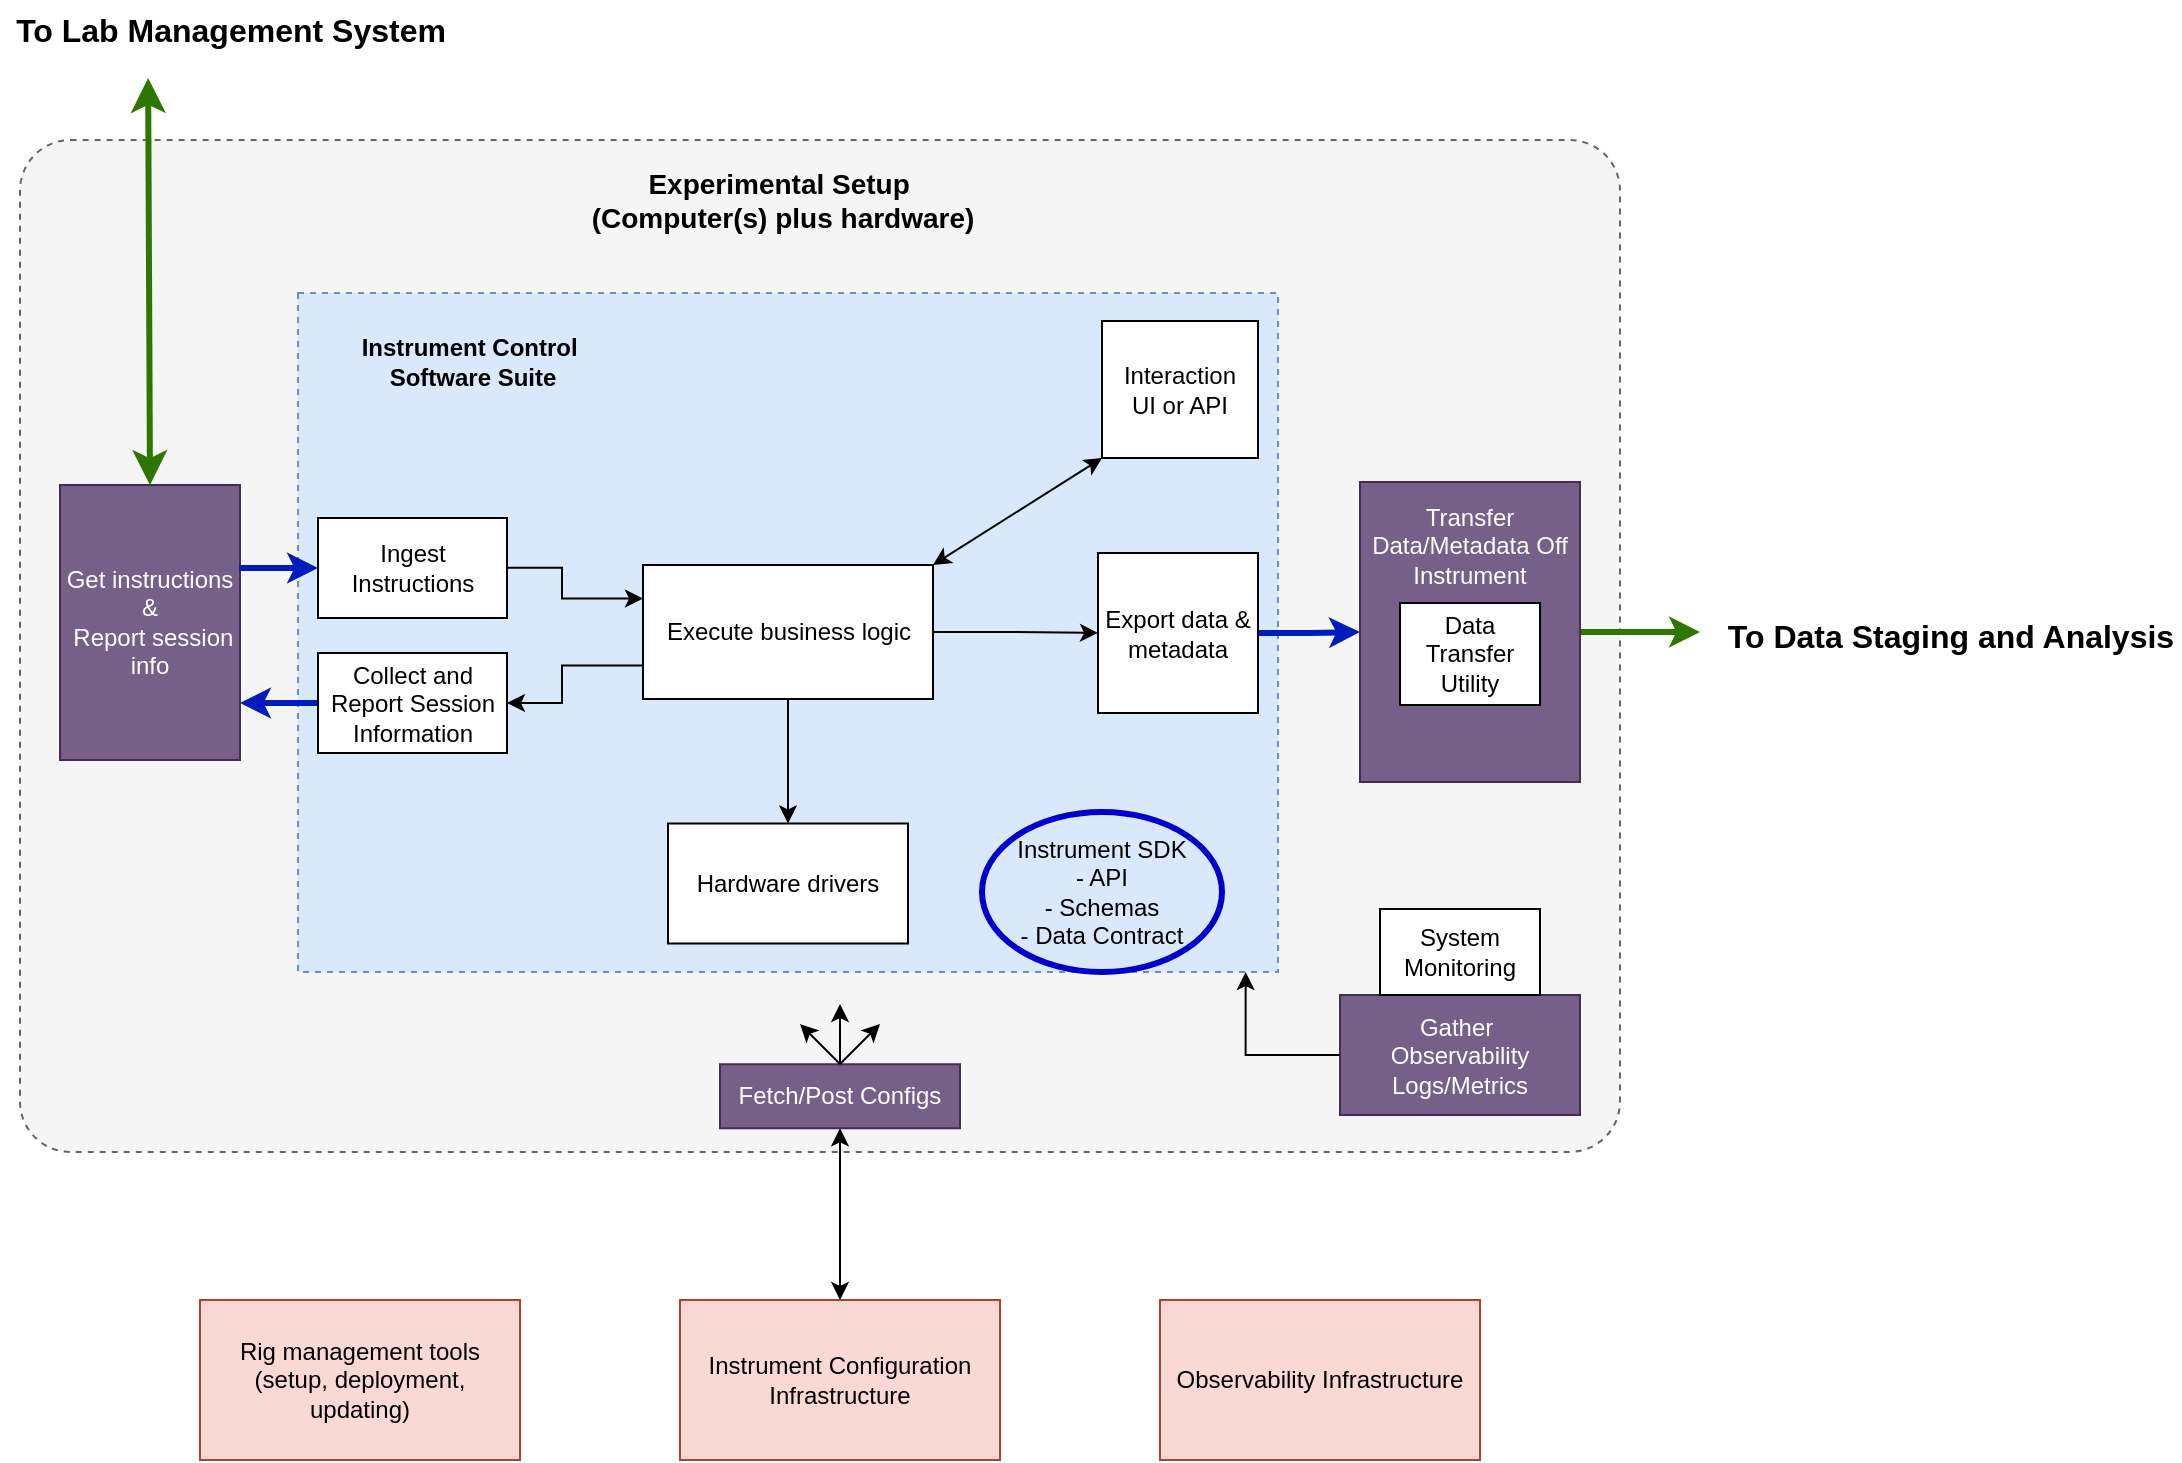
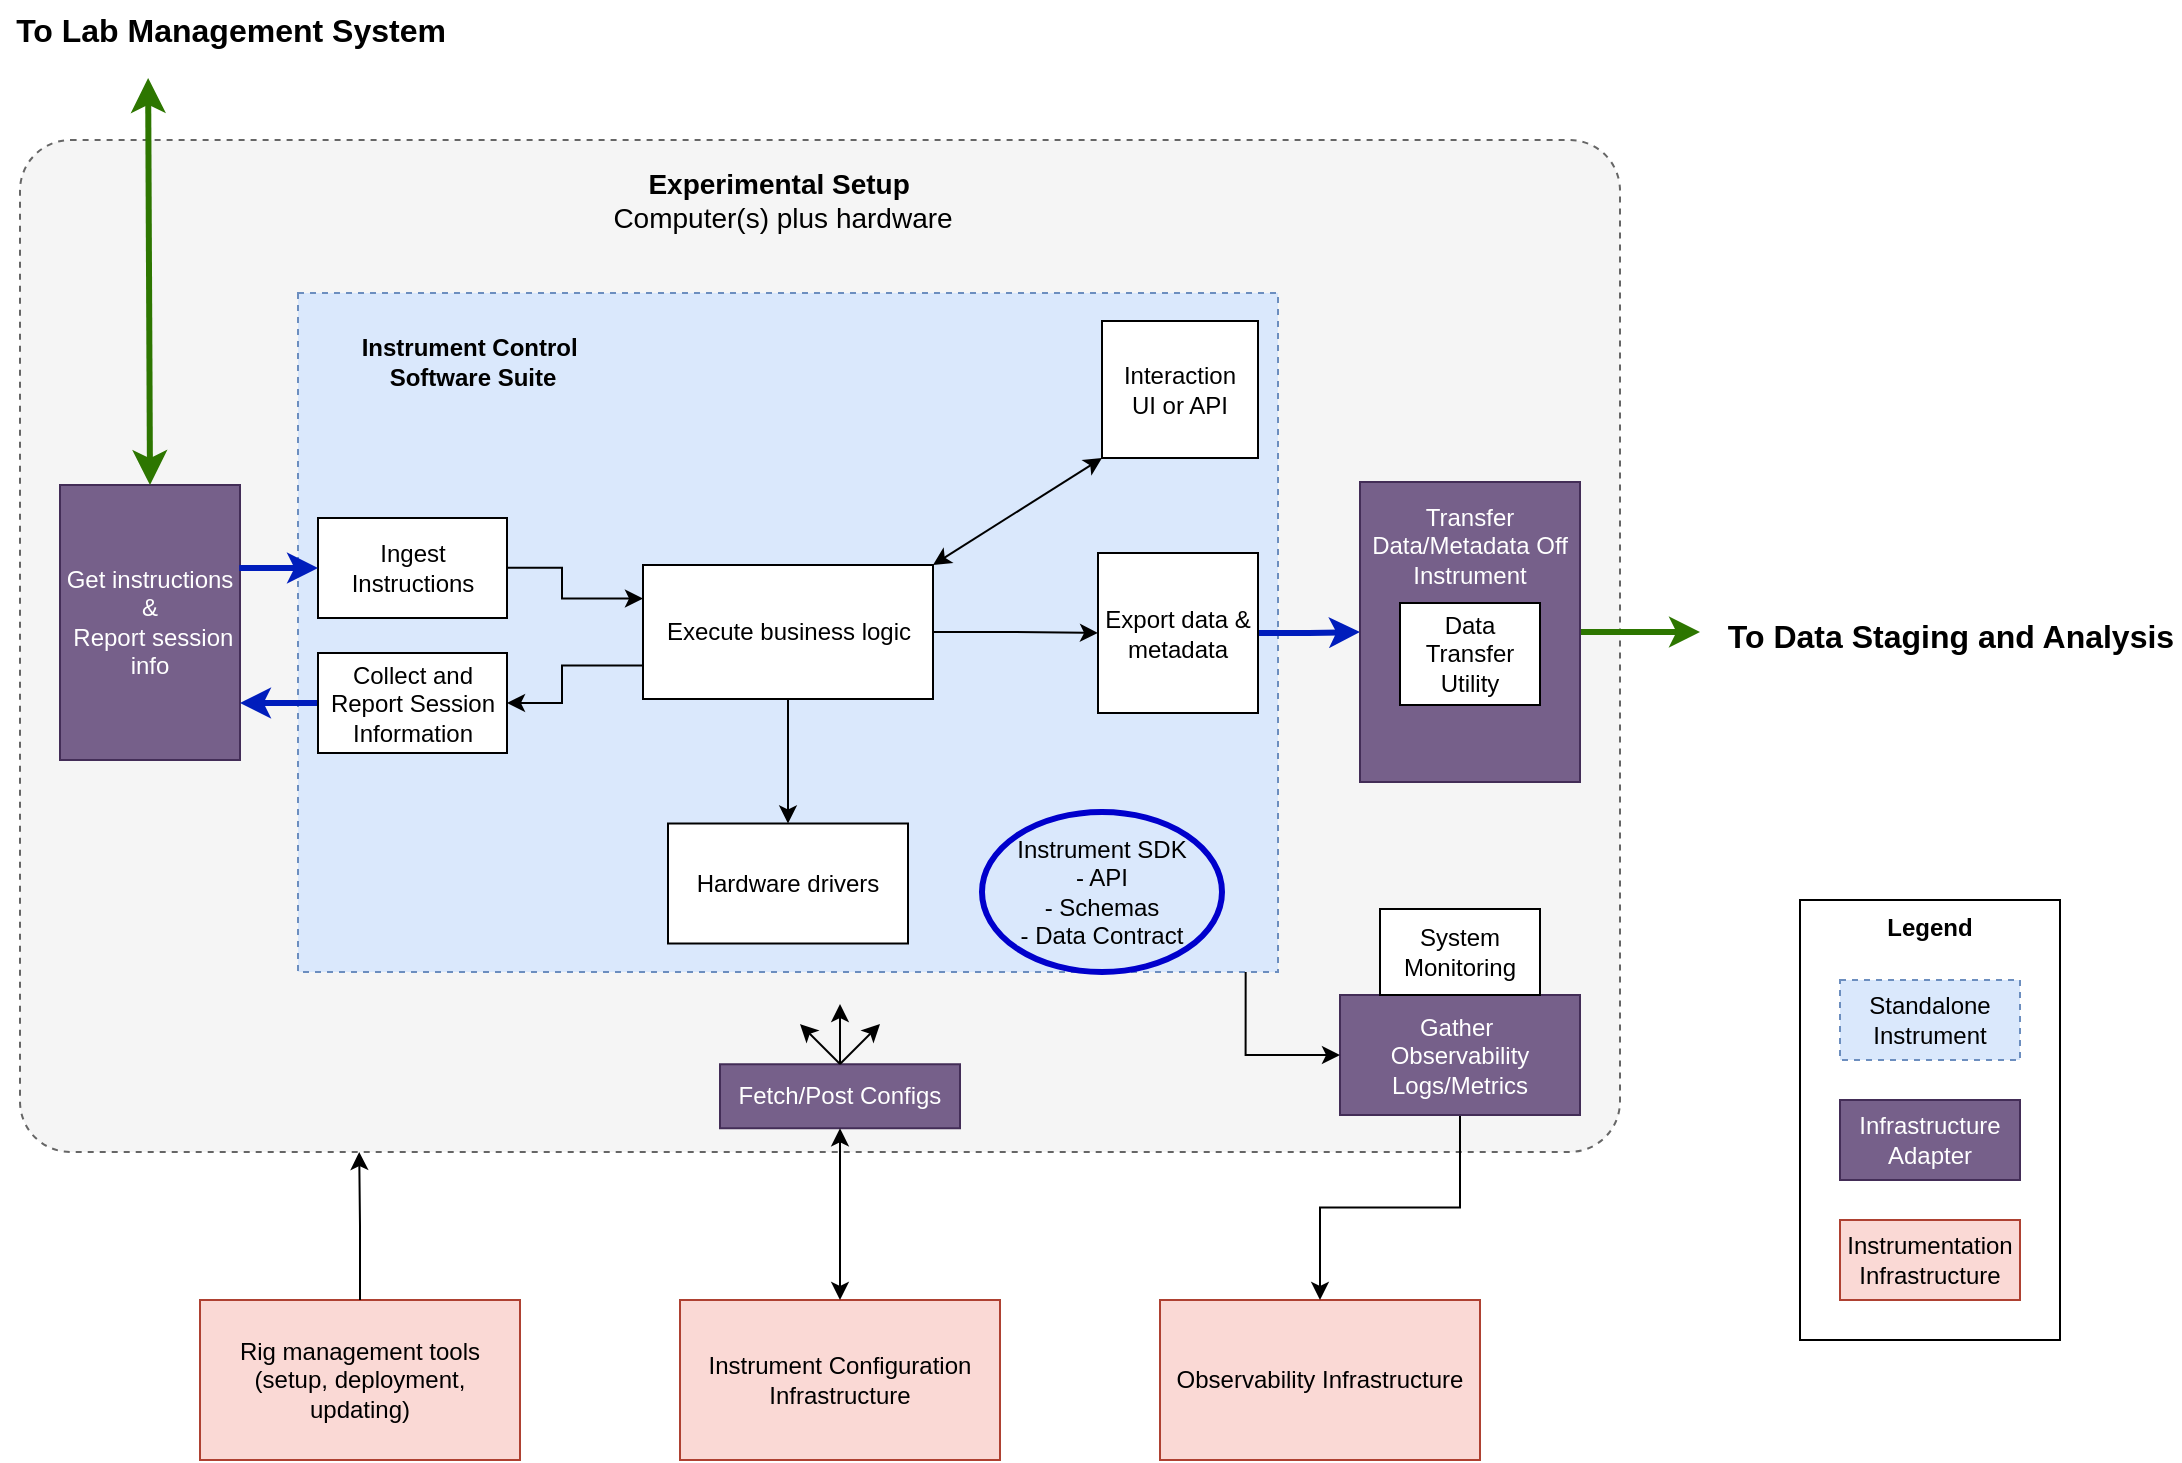
<mxfile host="Electron" agent="Mozilla/5.0 (Windows NT 10.0; Win64; x64) AppleWebKit/537.36 (KHTML, like Gecko) draw.io/24.7.5 Chrome/126.0.6478.183 Electron/31.3.0 Safari/537.36" version="24.7.5">
  <diagram name="sipe_instrument" id="V_ZFrplNQSF49wz3-NHy">
-     <mxGraphModel dx="2074" dy="2296" grid="1" gridSize="10" guides="1" tooltips="1" connect="1" arrows="1" fold="1" page="1" pageScale="1" pageWidth="850" pageHeight="1100" math="0" shadow="0">
+     <mxGraphModel dx="1430" dy="1925" grid="1" gridSize="10" guides="1" tooltips="1" connect="1" arrows="1" fold="1" page="1" pageScale="1" pageWidth="850" pageHeight="1100" math="0" shadow="0">
      <root>
        <mxCell id="pqJhOleaYUCWP5GwiW2L-0" />
        <mxCell id="pqJhOleaYUCWP5GwiW2L-1" parent="pqJhOleaYUCWP5GwiW2L-0" />
        <mxCell id="pqJhOleaYUCWP5GwiW2L-3" value="" style="rounded=1;whiteSpace=wrap;html=1;strokeColor=#666666;dashed=1;fillColor=#f5f5f5;fontColor=#333333;arcSize=5;" parent="pqJhOleaYUCWP5GwiW2L-1" vertex="1">
          <mxGeometry x="510" y="-820" width="800" height="506" as="geometry" />
        </mxCell>
        <mxCell id="pqJhOleaYUCWP5GwiW2L-4" value="Get instructions&lt;div&gt;&amp;amp;&lt;/div&gt;&lt;div&gt;&amp;nbsp;Report session info&lt;/div&gt;" style="rounded=0;whiteSpace=wrap;html=1;fillColor=#76608a;fontColor=#ffffff;strokeColor=#432D57;rotation=0;" parent="pqJhOleaYUCWP5GwiW2L-1" vertex="1">
          <mxGeometry x="530" y="-647.5" width="90" height="137.5" as="geometry" />
        </mxCell>
        <mxCell id="pqJhOleaYUCWP5GwiW2L-6" value="Fetch/Post Configs" style="rounded=0;whiteSpace=wrap;html=1;fillColor=#76608a;fontColor=#ffffff;strokeColor=#432D57;" parent="pqJhOleaYUCWP5GwiW2L-1" vertex="1">
          <mxGeometry x="860" y="-357.87" width="120" height="32" as="geometry" />
        </mxCell>
        <mxCell id="pqJhOleaYUCWP5GwiW2L-8" value="Observability Infrastructure" style="rounded=0;whiteSpace=wrap;html=1;fillColor=#fad9d5;strokeColor=#ae4132;" parent="pqJhOleaYUCWP5GwiW2L-1" vertex="1">
          <mxGeometry x="1080" y="-240" width="160" height="80" as="geometry" />
        </mxCell>
        <mxCell id="pqJhOleaYUCWP5GwiW2L-9" value="Instrument Configuration Infrastructure" style="rounded=0;whiteSpace=wrap;html=1;fillColor=#fad9d5;strokeColor=#ae4132;" parent="pqJhOleaYUCWP5GwiW2L-1" vertex="1">
          <mxGeometry x="840" y="-240" width="160" height="80" as="geometry" />
        </mxCell>
        <mxCell id="pqJhOleaYUCWP5GwiW2L-11" value="" style="rounded=0;whiteSpace=wrap;html=1;dashed=1;fillColor=#dae8fc;strokeColor=#6c8ebf;" parent="pqJhOleaYUCWP5GwiW2L-1" vertex="1">
          <mxGeometry x="649" y="-743.5" width="490" height="339.5" as="geometry" />
        </mxCell>
        <mxCell id="pqJhOleaYUCWP5GwiW2L-12" style="edgeStyle=orthogonalEdgeStyle;rounded=0;orthogonalLoop=1;jettySize=auto;html=1;entryX=0;entryY=0.25;entryDx=0;entryDy=0;" parent="pqJhOleaYUCWP5GwiW2L-1" target="pqJhOleaYUCWP5GwiW2L-16" edge="1">
          <mxGeometry relative="1" as="geometry">
            <mxPoint x="728.9999999999995" y="-606.0526315789475" as="sourcePoint" />
            <Array as="points">
              <mxPoint x="781" y="-606" />
              <mxPoint x="781" y="-591" />
            </Array>
          </mxGeometry>
        </mxCell>
        <mxCell id="pqJhOleaYUCWP5GwiW2L-13" style="edgeStyle=orthogonalEdgeStyle;rounded=0;orthogonalLoop=1;jettySize=auto;html=1;entryX=0.5;entryY=0;entryDx=0;entryDy=0;" parent="pqJhOleaYUCWP5GwiW2L-1" source="pqJhOleaYUCWP5GwiW2L-16" target="pqJhOleaYUCWP5GwiW2L-17" edge="1">
          <mxGeometry relative="1" as="geometry" />
        </mxCell>
        <mxCell id="pqJhOleaYUCWP5GwiW2L-14" style="edgeStyle=orthogonalEdgeStyle;rounded=0;orthogonalLoop=1;jettySize=auto;html=1;entryX=0;entryY=0.5;entryDx=0;entryDy=0;" parent="pqJhOleaYUCWP5GwiW2L-1" source="pqJhOleaYUCWP5GwiW2L-16" target="pqJhOleaYUCWP5GwiW2L-21" edge="1">
          <mxGeometry relative="1" as="geometry" />
        </mxCell>
        <mxCell id="pqJhOleaYUCWP5GwiW2L-15" style="edgeStyle=orthogonalEdgeStyle;rounded=0;orthogonalLoop=1;jettySize=auto;html=1;entryX=1;entryY=0.5;entryDx=0;entryDy=0;exitX=0;exitY=0.75;exitDx=0;exitDy=0;" parent="pqJhOleaYUCWP5GwiW2L-1" source="pqJhOleaYUCWP5GwiW2L-16" target="pqJhOleaYUCWP5GwiW2L-42" edge="1">
          <mxGeometry relative="1" as="geometry">
            <Array as="points">
              <mxPoint x="781" y="-557" />
              <mxPoint x="781" y="-539" />
            </Array>
          </mxGeometry>
        </mxCell>
        <mxCell id="pqJhOleaYUCWP5GwiW2L-16" value="Execute business logic" style="rounded=0;whiteSpace=wrap;html=1;" parent="pqJhOleaYUCWP5GwiW2L-1" vertex="1">
          <mxGeometry x="821.5" y="-607.5" width="145" height="67" as="geometry" />
        </mxCell>
        <mxCell id="pqJhOleaYUCWP5GwiW2L-17" value="Hardware drivers" style="rounded=0;whiteSpace=wrap;html=1;" parent="pqJhOleaYUCWP5GwiW2L-1" vertex="1">
          <mxGeometry x="834" y="-478.25" width="120" height="60" as="geometry" />
        </mxCell>
        <mxCell id="pqJhOleaYUCWP5GwiW2L-18" value="Interaction&lt;div&gt;UI or API&lt;/div&gt;" style="rounded=0;whiteSpace=wrap;html=1;" parent="pqJhOleaYUCWP5GwiW2L-1" vertex="1">
          <mxGeometry x="1051" y="-729.5" width="78" height="68.5" as="geometry" />
        </mxCell>
        <mxCell id="pqJhOleaYUCWP5GwiW2L-19" value="" style="endArrow=classic;startArrow=classic;html=1;rounded=0;entryX=0;entryY=1;entryDx=0;entryDy=0;exitX=1;exitY=0;exitDx=0;exitDy=0;" parent="pqJhOleaYUCWP5GwiW2L-1" source="pqJhOleaYUCWP5GwiW2L-16" target="pqJhOleaYUCWP5GwiW2L-18" edge="1">
          <mxGeometry width="50" height="50" relative="1" as="geometry">
            <mxPoint x="709" y="-303.5" as="sourcePoint" />
            <mxPoint x="759" y="-353.5" as="targetPoint" />
          </mxGeometry>
        </mxCell>
        <mxCell id="pqJhOleaYUCWP5GwiW2L-20" style="edgeStyle=orthogonalEdgeStyle;rounded=0;orthogonalLoop=1;jettySize=auto;html=1;entryX=0;entryY=0.5;entryDx=0;entryDy=0;fillColor=#0050ef;strokeColor=#001DBC;strokeWidth=3;" parent="pqJhOleaYUCWP5GwiW2L-1" source="pqJhOleaYUCWP5GwiW2L-21" target="pqJhOleaYUCWP5GwiW2L-36" edge="1">
          <mxGeometry relative="1" as="geometry" />
        </mxCell>
        <mxCell id="pqJhOleaYUCWP5GwiW2L-21" value="Export data &amp;amp; metadata" style="whiteSpace=wrap;html=1;aspect=fixed;strokeWidth=1;" parent="pqJhOleaYUCWP5GwiW2L-1" vertex="1">
          <mxGeometry x="1049" y="-613.5" width="80" height="80" as="geometry" />
        </mxCell>
+         <mxCell id="5UQ18pSLH_lC7NxkDnai-0" style="edgeStyle=orthogonalEdgeStyle;rounded=0;orthogonalLoop=1;jettySize=auto;html=1;entryX=0.5;entryY=0;entryDx=0;entryDy=0;" edge="1" parent="pqJhOleaYUCWP5GwiW2L-1" source="pqJhOleaYUCWP5GwiW2L-24" target="pqJhOleaYUCWP5GwiW2L-8">
+           <mxGeometry relative="1" as="geometry" />
+         </mxCell>
        <mxCell id="pqJhOleaYUCWP5GwiW2L-24" value="Gather&amp;nbsp;&lt;div&gt;Observability&lt;/div&gt;&lt;div&gt;Logs/Metrics&lt;/div&gt;" style="rounded=0;whiteSpace=wrap;html=1;fillColor=#76608a;fontColor=#ffffff;strokeColor=#432D57;" parent="pqJhOleaYUCWP5GwiW2L-1" vertex="1">
          <mxGeometry x="1170" y="-392.5" width="120" height="60" as="geometry" />
        </mxCell>
        <mxCell id="pqJhOleaYUCWP5GwiW2L-25" style="edgeStyle=orthogonalEdgeStyle;rounded=0;orthogonalLoop=1;jettySize=auto;html=1;entryX=0;entryY=0.5;entryDx=0;entryDy=0;fillColor=#60a917;strokeColor=#2D7600;strokeWidth=3;" parent="pqJhOleaYUCWP5GwiW2L-1" source="pqJhOleaYUCWP5GwiW2L-36" edge="1">
          <mxGeometry relative="1" as="geometry">
            <mxPoint x="1350" y="-574" as="targetPoint" />
          </mxGeometry>
        </mxCell>
        <mxCell id="pqJhOleaYUCWP5GwiW2L-32" value="&lt;b&gt;Instrument Control&amp;nbsp;&lt;/b&gt;&lt;div&gt;&lt;b&gt;Software Suite&lt;/b&gt;&lt;/div&gt;" style="text;html=1;align=center;verticalAlign=middle;resizable=0;points=[];autosize=1;strokeColor=none;fillColor=none;" parent="pqJhOleaYUCWP5GwiW2L-1" vertex="1">
          <mxGeometry x="671" y="-729.5" width="130" height="40" as="geometry" />
        </mxCell>
        <mxCell id="pqJhOleaYUCWP5GwiW2L-33" value="System Monitoring" style="rounded=0;whiteSpace=wrap;html=1;" parent="pqJhOleaYUCWP5GwiW2L-1" vertex="1">
          <mxGeometry x="1190" y="-435.5" width="80" height="43" as="geometry" />
        </mxCell>
-         <mxCell id="pqJhOleaYUCWP5GwiW2L-34" value="Experimental Setup&amp;nbsp;&lt;div style=&quot;font-size: 14px;&quot;&gt;(Computer(s) plus hardware)&lt;/div&gt;" style="text;html=1;align=center;verticalAlign=middle;resizable=0;points=[];autosize=1;strokeColor=none;fillColor=none;fontSize=14;fontStyle=1" parent="pqJhOleaYUCWP5GwiW2L-1" vertex="1">
-           <mxGeometry x="791" y="-815" width="200" height="50" as="geometry" />
+         <mxCell id="pqJhOleaYUCWP5GwiW2L-34" value="Experimental Setup&amp;nbsp;&lt;div style=&quot;font-size: 14px;&quot;&gt;&lt;span style=&quot;font-weight: normal;&quot;&gt;Computer(s) plus hardware&lt;/span&gt;&lt;/div&gt;" style="text;html=1;align=center;verticalAlign=middle;resizable=0;points=[];autosize=1;strokeColor=none;fillColor=none;fontSize=14;fontStyle=1" parent="pqJhOleaYUCWP5GwiW2L-1" vertex="1">
+           <mxGeometry x="796" y="-815" width="190" height="50" as="geometry" />
        </mxCell>
        <mxCell id="pqJhOleaYUCWP5GwiW2L-35" value="" style="group;fillColor=none;" parent="pqJhOleaYUCWP5GwiW2L-1" vertex="1" connectable="0">
          <mxGeometry x="1180" y="-639" width="122.63" height="140" as="geometry" />
        </mxCell>
        <mxCell id="pqJhOleaYUCWP5GwiW2L-36" value="Transfer Data/Metadata Off Instrument&lt;div&gt;&lt;br&gt;&lt;/div&gt;&lt;div&gt;&lt;br&gt;&lt;/div&gt;&lt;div&gt;&lt;br&gt;&lt;/div&gt;&lt;div&gt;&lt;br&gt;&lt;/div&gt;&lt;div&gt;&lt;br&gt;&lt;/div&gt;&lt;div&gt;&lt;br&gt;&lt;/div&gt;" style="rounded=0;whiteSpace=wrap;html=1;fillColor=#76608a;fontColor=#ffffff;strokeColor=#432D57;rotation=0;" parent="pqJhOleaYUCWP5GwiW2L-35" vertex="1">
          <mxGeometry y="-10" width="110" height="150" as="geometry" />
        </mxCell>
        <mxCell id="pqJhOleaYUCWP5GwiW2L-37" value="Data Transfer Utility" style="rounded=0;whiteSpace=wrap;html=1;" parent="pqJhOleaYUCWP5GwiW2L-35" vertex="1">
          <mxGeometry x="20" y="50.5" width="70" height="51" as="geometry" />
        </mxCell>
        <mxCell id="pqJhOleaYUCWP5GwiW2L-40" value="Ingest Instructions" style="rounded=0;whiteSpace=wrap;html=1;strokeWidth=1;" parent="pqJhOleaYUCWP5GwiW2L-1" vertex="1">
          <mxGeometry x="659" y="-631" width="94.5" height="50" as="geometry" />
        </mxCell>
        <mxCell id="pqJhOleaYUCWP5GwiW2L-41" style="edgeStyle=orthogonalEdgeStyle;rounded=0;orthogonalLoop=1;jettySize=auto;html=1;entryX=1;entryY=0.5;entryDx=0;entryDy=0;strokeWidth=3;fillColor=#0050ef;strokeColor=#001DBC;" parent="pqJhOleaYUCWP5GwiW2L-1" source="pqJhOleaYUCWP5GwiW2L-42" edge="1">
          <mxGeometry relative="1" as="geometry">
            <mxPoint x="620" y="-538.5" as="targetPoint" />
          </mxGeometry>
        </mxCell>
        <mxCell id="pqJhOleaYUCWP5GwiW2L-42" value="Collect and Report Session Information" style="rounded=0;whiteSpace=wrap;html=1;strokeWidth=1;" parent="pqJhOleaYUCWP5GwiW2L-1" vertex="1">
          <mxGeometry x="659" y="-563.5" width="94.5" height="50" as="geometry" />
        </mxCell>
        <mxCell id="pqJhOleaYUCWP5GwiW2L-44" style="edgeStyle=orthogonalEdgeStyle;rounded=0;orthogonalLoop=1;jettySize=auto;html=1;entryX=0.5;entryY=0;entryDx=0;entryDy=0;startArrow=classic;startFill=1;exitX=0.5;exitY=1;exitDx=0;exitDy=0;" parent="pqJhOleaYUCWP5GwiW2L-1" source="pqJhOleaYUCWP5GwiW2L-6" target="pqJhOleaYUCWP5GwiW2L-9" edge="1">
          <mxGeometry relative="1" as="geometry">
            <mxPoint x="920.4000000000001" y="-245.5" as="targetPoint" />
            <mxPoint x="920" y="-300.4999999999998" as="sourcePoint" />
          </mxGeometry>
        </mxCell>
        <mxCell id="pqJhOleaYUCWP5GwiW2L-45" style="edgeStyle=orthogonalEdgeStyle;rounded=0;orthogonalLoop=1;jettySize=auto;html=1;entryX=0;entryY=0.5;entryDx=0;entryDy=0;exitX=0.996;exitY=0.302;exitDx=0;exitDy=0;strokeWidth=3;fillColor=#0050ef;strokeColor=#001DBC;exitPerimeter=0;" parent="pqJhOleaYUCWP5GwiW2L-1" source="pqJhOleaYUCWP5GwiW2L-4" target="pqJhOleaYUCWP5GwiW2L-40" edge="1">
          <mxGeometry relative="1" as="geometry" />
        </mxCell>
        <mxCell id="pqJhOleaYUCWP5GwiW2L-53" value="Rig management tools&lt;div&gt;(setup, deployment, updating)&lt;/div&gt;" style="rounded=0;whiteSpace=wrap;html=1;fillColor=#fad9d5;strokeColor=#ae4132;" parent="pqJhOleaYUCWP5GwiW2L-1" vertex="1">
          <mxGeometry x="600" y="-240" width="160" height="80" as="geometry" />
        </mxCell>
        <mxCell id="pqJhOleaYUCWP5GwiW2L-59" value="Instrument SDK&lt;div&gt;- API&lt;/div&gt;&lt;div&gt;- Schemas&lt;/div&gt;&lt;div&gt;- Data Contract&lt;/div&gt;" style="ellipse;whiteSpace=wrap;html=1;fillColor=none;strokeColor=#0000CC;strokeWidth=3;" parent="pqJhOleaYUCWP5GwiW2L-1" vertex="1">
          <mxGeometry x="991" y="-484" width="120" height="80" as="geometry" />
        </mxCell>
        <mxCell id="0NpDMJkeAjajGGtuN1AH-0" value="To Data Staging and Analysis" style="text;html=1;align=center;verticalAlign=middle;resizable=0;points=[];autosize=1;strokeColor=none;fillColor=none;fontSize=16;fontStyle=1" parent="pqJhOleaYUCWP5GwiW2L-1" vertex="1">
          <mxGeometry x="1360" y="-587" width="230" height="30" as="geometry" />
        </mxCell>
        <mxCell id="0NpDMJkeAjajGGtuN1AH-1" value="To Lab Management System" style="text;html=1;align=center;verticalAlign=middle;resizable=0;points=[];autosize=1;strokeColor=none;fillColor=none;fontStyle=1;fontSize=16;" parent="pqJhOleaYUCWP5GwiW2L-1" vertex="1">
          <mxGeometry x="500" y="-890" width="230" height="30" as="geometry" />
        </mxCell>
        <mxCell id="0NpDMJkeAjajGGtuN1AH-2" value="" style="edgeStyle=none;orthogonalLoop=1;jettySize=auto;html=1;endArrow=classic;startArrow=classic;endSize=8;startSize=8;rounded=0;strokeWidth=3;fillColor=#60a917;strokeColor=#2D7600;entryX=0.5;entryY=0;entryDx=0;entryDy=0;exitX=0.322;exitY=1.3;exitDx=0;exitDy=0;exitPerimeter=0;" parent="pqJhOleaYUCWP5GwiW2L-1" source="0NpDMJkeAjajGGtuN1AH-1" target="pqJhOleaYUCWP5GwiW2L-4" edge="1">
          <mxGeometry width="100" relative="1" as="geometry">
            <mxPoint x="575" y="-830" as="sourcePoint" />
            <mxPoint x="574.7099999999999" y="-770" as="targetPoint" />
            <Array as="points" />
          </mxGeometry>
        </mxCell>
        <mxCell id="0NpDMJkeAjajGGtuN1AH-3" value="" style="group;rotation=-180;" parent="pqJhOleaYUCWP5GwiW2L-1" vertex="1" connectable="0">
          <mxGeometry x="900" y="-388" width="40" height="30" as="geometry" />
        </mxCell>
        <mxCell id="pqJhOleaYUCWP5GwiW2L-55" value="" style="endArrow=classic;html=1;rounded=0;" parent="0NpDMJkeAjajGGtuN1AH-3" edge="1">
          <mxGeometry width="50" height="50" relative="1" as="geometry">
            <mxPoint x="20" y="30" as="sourcePoint" />
            <mxPoint y="10" as="targetPoint" />
          </mxGeometry>
        </mxCell>
        <mxCell id="pqJhOleaYUCWP5GwiW2L-56" value="" style="endArrow=classic;html=1;rounded=0;" parent="0NpDMJkeAjajGGtuN1AH-3" edge="1">
          <mxGeometry width="50" height="50" relative="1" as="geometry">
            <mxPoint x="20" y="30" as="sourcePoint" />
            <mxPoint x="20" as="targetPoint" />
          </mxGeometry>
        </mxCell>
        <mxCell id="pqJhOleaYUCWP5GwiW2L-57" value="" style="endArrow=classic;html=1;rounded=0;" parent="0NpDMJkeAjajGGtuN1AH-3" edge="1">
          <mxGeometry width="50" height="50" relative="1" as="geometry">
            <mxPoint x="20" y="30" as="sourcePoint" />
            <mxPoint x="40" y="10" as="targetPoint" />
          </mxGeometry>
        </mxCell>
-         <mxCell id="88CFIabIduovbiYMoy3r-0" style="edgeStyle=orthogonalEdgeStyle;rounded=0;orthogonalLoop=1;jettySize=auto;html=1;entryX=0.967;entryY=1;entryDx=0;entryDy=0;entryPerimeter=0;" parent="pqJhOleaYUCWP5GwiW2L-1" source="pqJhOleaYUCWP5GwiW2L-24" target="pqJhOleaYUCWP5GwiW2L-11" edge="1">
+         <mxCell id="88CFIabIduovbiYMoy3r-0" style="edgeStyle=orthogonalEdgeStyle;rounded=0;orthogonalLoop=1;jettySize=auto;html=1;entryX=0.967;entryY=1;entryDx=0;entryDy=0;entryPerimeter=0;startArrow=classic;startFill=1;endArrow=none;endFill=0;" parent="pqJhOleaYUCWP5GwiW2L-1" source="pqJhOleaYUCWP5GwiW2L-24" target="pqJhOleaYUCWP5GwiW2L-11" edge="1">
          <mxGeometry relative="1" as="geometry" />
+         </mxCell>
+         <mxCell id="5UQ18pSLH_lC7NxkDnai-1" style="edgeStyle=orthogonalEdgeStyle;rounded=0;orthogonalLoop=1;jettySize=auto;html=1;entryX=0.212;entryY=1;entryDx=0;entryDy=0;entryPerimeter=0;" edge="1" parent="pqJhOleaYUCWP5GwiW2L-1" source="pqJhOleaYUCWP5GwiW2L-53" target="pqJhOleaYUCWP5GwiW2L-3">
+           <mxGeometry relative="1" as="geometry" />
+         </mxCell>
+         <mxCell id="5UQ18pSLH_lC7NxkDnai-2" value="&lt;b&gt;Legend&lt;/b&gt;" style="rounded=0;whiteSpace=wrap;html=1;verticalAlign=top;" vertex="1" parent="pqJhOleaYUCWP5GwiW2L-1">
+           <mxGeometry x="1400" y="-440" width="130" height="220" as="geometry" />
+         </mxCell>
+         <mxCell id="5UQ18pSLH_lC7NxkDnai-3" value="Infrastructure Adapter" style="rounded=0;whiteSpace=wrap;html=1;fillColor=#76608a;fontColor=#ffffff;strokeColor=#432D57;" vertex="1" parent="pqJhOleaYUCWP5GwiW2L-1">
+           <mxGeometry x="1420" y="-340" width="90" height="40" as="geometry" />
+         </mxCell>
+         <mxCell id="5UQ18pSLH_lC7NxkDnai-4" value="Standalone Instrument" style="rounded=0;whiteSpace=wrap;html=1;dashed=1;fillColor=#dae8fc;strokeColor=#6c8ebf;" vertex="1" parent="pqJhOleaYUCWP5GwiW2L-1">
+           <mxGeometry x="1420" y="-400" width="90" height="40" as="geometry" />
+         </mxCell>
+         <mxCell id="5UQ18pSLH_lC7NxkDnai-5" value="Instrumentation Infrastructure" style="rounded=0;whiteSpace=wrap;html=1;fillColor=#fad9d5;strokeColor=#ae4132;" vertex="1" parent="pqJhOleaYUCWP5GwiW2L-1">
+           <mxGeometry x="1420" y="-280" width="90" height="40" as="geometry" />
        </mxCell>
      </root>
    </mxGraphModel>
  </diagram>
</mxfile>
